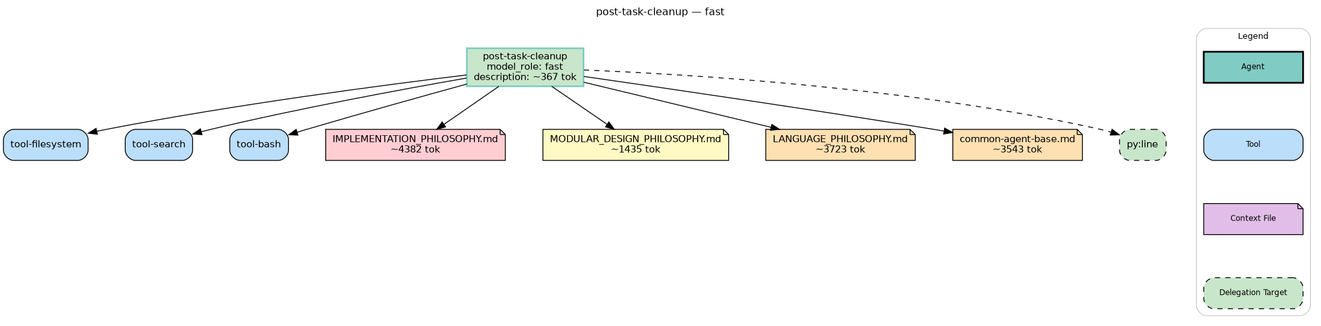
Before: agents/post-task-cleanup.png, a diagram exported from Graphviz (microsoft/amplifier-foundation). Its source is kept beside it as agents/post-task-cleanup.dot.
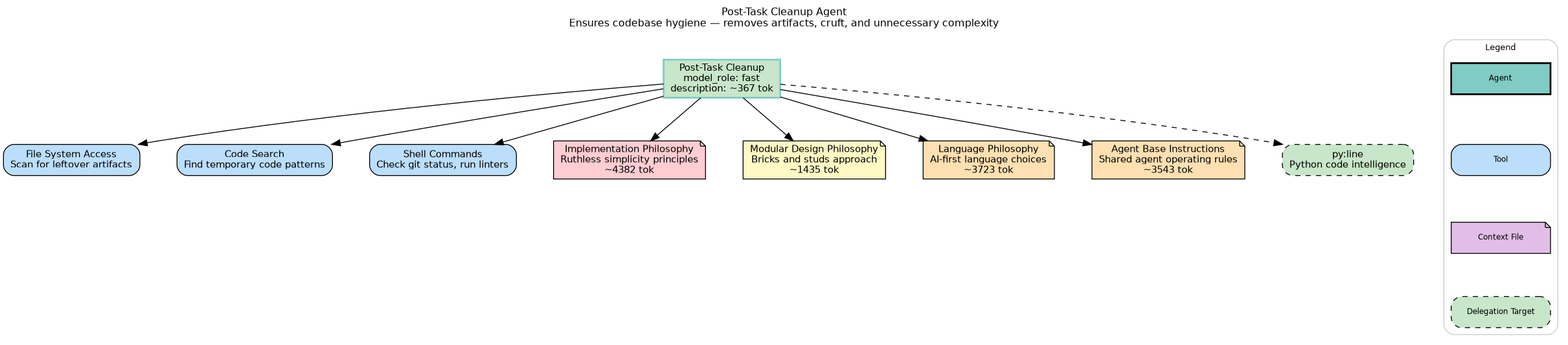
Above is the later version.

What changed in the source:
```diff
@@ -2,7 +2,7 @@
     rankdir=TB
     fontname="Helvetica"
     fontsize=12
-    label="post-task-cleanup — fast"
+    label="Post-Task Cleanup Agent\nEnsures codebase hygiene — removes artifacts, cruft, and unnecessary complexity"
     labelloc=t
     labeljust=c
     nodesep=0.6
@@ -13,15 +13,15 @@
     node [fontname="Helvetica", fontsize=11, style="filled,rounded"]
     edge [fontname="Helvetica", fontsize=9]
 
-    agent [label="post-task-cleanup\nmodel_role: fast\ndescription: ~367 tok", shape=box, fillcolor="#c8e6c9", style="filled,bold", color="#80cbc4"]
-    tool_tool_filesystem [label="tool-filesystem", shape=box, fillcolor="#bbdefb", style="filled,rounded"]
-    tool_tool_search [label="tool-search", shape=box, fillcolor="#bbdefb", style="filled,rounded"]
-    tool_tool_bash [label="tool-bash", shape=box, fillcolor="#bbdefb", style="filled,rounded"]
-    ctx_foundation_context_IMPLEMENTATION_PHILOSOPHY_md [label="IMPLEMENTATION_PHILOSOPHY.md\n~4382 tok", shape=note, fillcolor="#ffcdd2", style="filled"]
-    ctx_foundation_context_MODULAR_DESIGN_PHILOSOPHY_md [label="MODULAR_DESIGN_PHILOSOPHY.md\n~1435 tok", shape=note, fillcolor="#fff9c4", style="filled"]
-    ctx_foundation_context_LANGUAGE_PHILOSOPHY_md [label="LANGUAGE_PHILOSOPHY.md\n~3723 tok", shape=note, fillcolor="#ffe0b2", style="filled"]
-    ctx_foundation_context_shared_common_agent_base_md [label="common-agent-base.md\n~3543 tok", shape=note, fillcolor="#ffe0b2", style="filled"]
-    del_py_line [label="py:line", shape=box, fillcolor="#c8e6c9", style="filled,rounded,dashed"]
+    agent [label="Post-Task Cleanup\nmodel_role: fast\ndescription: ~367 tok", shape=box, fillcolor="#c8e6c9", style="filled,bold", color="#80cbc4"]
+    tool_tool_filesystem [label="File System Access\nScan for leftover artifacts", shape=box, fillcolor="#bbdefb", style="filled,rounded"]
+    tool_tool_search [label="Code Search\nFind temporary code patterns", shape=box, fillcolor="#bbdefb", style="filled,rounded"]
+    tool_tool_bash [label="Shell Commands\nCheck git status, run linters", shape=box, fillcolor="#bbdefb", style="filled,rounded"]
+    ctx_foundation_context_IMPLEMENTATION_PHILOSOPHY_md [label="Implementation Philosophy\nRuthless simplicity principles\n~4382 tok", shape=note, fillcolor="#ffcdd2", style="filled"]
+    ctx_foundation_context_MODULAR_DESIGN_PHILOSOPHY_md [label="Modular Design Philosophy\nBricks and studs approach\n~1435 tok", shape=note, fillcolor="#fff9c4", style="filled"]
+    ctx_foundation_context_LANGUAGE_PHILOSOPHY_md [label="Language Philosophy\nAI-first language choices\n~3723 tok", shape=note, fillcolor="#ffe0b2", style="filled"]
+    ctx_foundation_context_shared_common_agent_base_md [label="Agent Base Instructions\nShared agent operating rules\n~3543 tok", shape=note, fillcolor="#ffe0b2", style="filled"]
+    del_py_line [label="py:line\nPython code intelligence", shape=box, fillcolor="#c8e6c9", style="filled,rounded,dashed"]
 
     agent -> tool_tool_filesystem
     agent -> tool_tool_search
```
